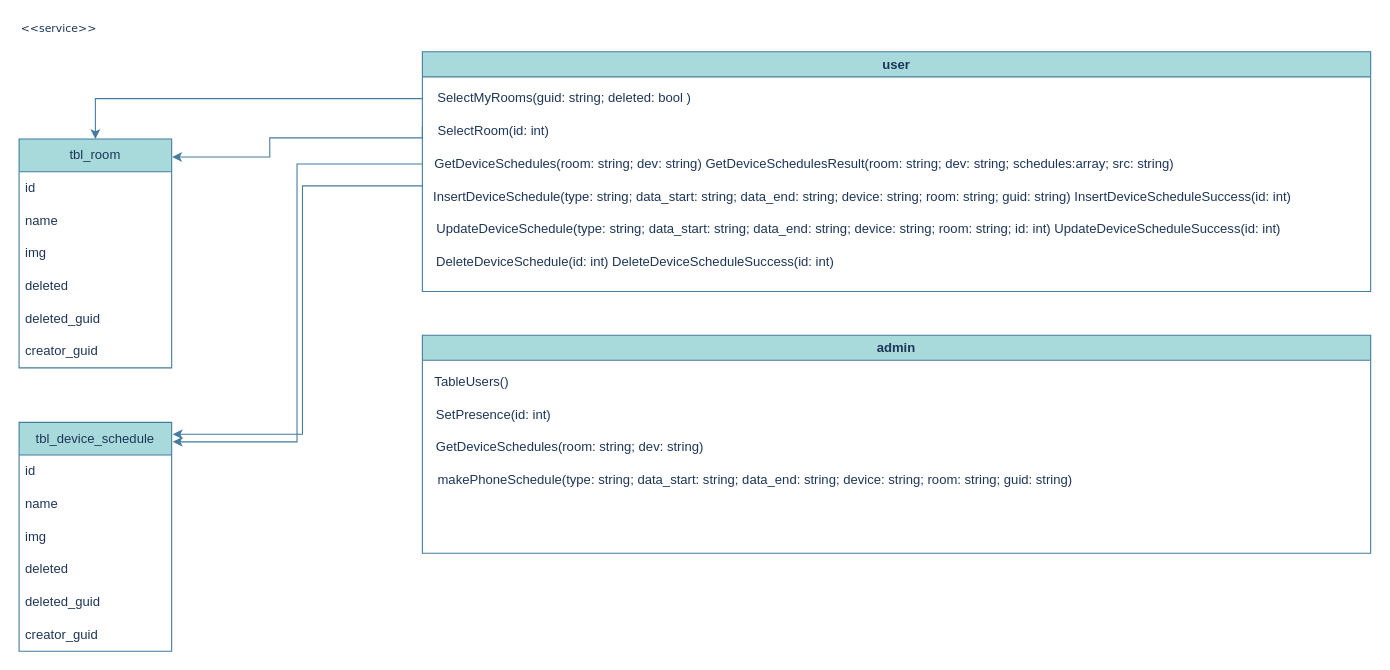
Above: coolwork/Coolwork.drawio in daniloevolz/innovaphone (draw.io), before the change. Source tidied: cells renumbered, new cells numbered last; positions are measured from the earlier drawing's top-left corner, leaving out a move shared by most shapes. Both pictures are drawn from the tidied source at 109%, with x=0, y=0 at pixel (19, 19).
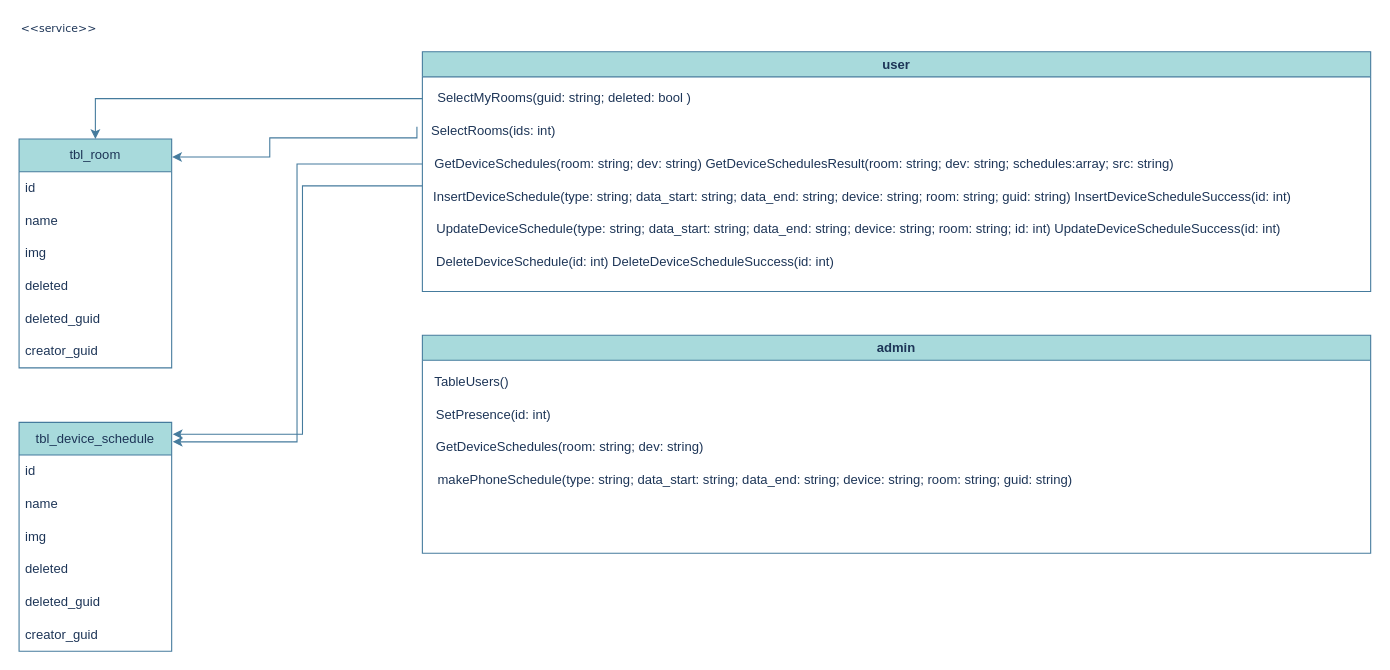
The same diagram, later.

The change refers to these unchanged cells:
```xml
<mxCell id="22" value="user" style="swimlane;whiteSpace=wrap;html=1;fillColor=#A8DADC;strokeColor=#457B9D;labelBackgroundColor=none;fontColor=#1D3557;" parent="1" vertex="1">
  <mxGeometry x="370" y="30" width="870" height="220" as="geometry" />
</mxCell>
```

The edit, as a diff of the source:
```diff
@@
-    <mxCell id="24" value="SelectRoom(id: int)" style="text;html=1;align=center;verticalAlign=middle;points=[];strokeColor=none;fillColor=none;labelBackgroundColor=none;fontColor=#1D3557;" parent="22" vertex="1">
-      <mxGeometry y="58" width="130" height="30" as="geometry" />
+    <mxCell id="24" value="SelectRooms(ids: int)" style="text;html=1;align=center;verticalAlign=middle;points=[];strokeColor=none;fillColor=none;labelBackgroundColor=none;fontColor=#1D3557;" parent="22" vertex="1">
+      <mxGeometry x="-5" y="58" width="140" height="30" as="geometry" />
     </mxCell>
```
